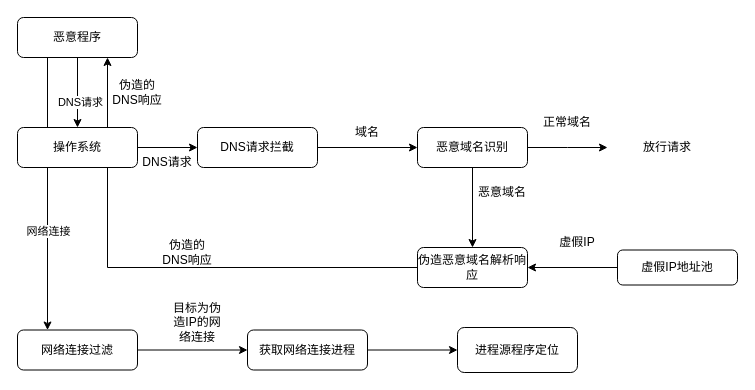
Earlier version of the draw.io diagram page "第 7 页" (7 of 10) of drawio/dns.drawio (raingnight/Blog_Pic). Source tidied: cells renumbered, new cells numbered last; positions are measured from the earlier drawing's top-left corner, leaving out a move shared by most shapes. Both pictures are drawn from the tidied source at 100%, with x=0, y=0 at pixel (17, 17).
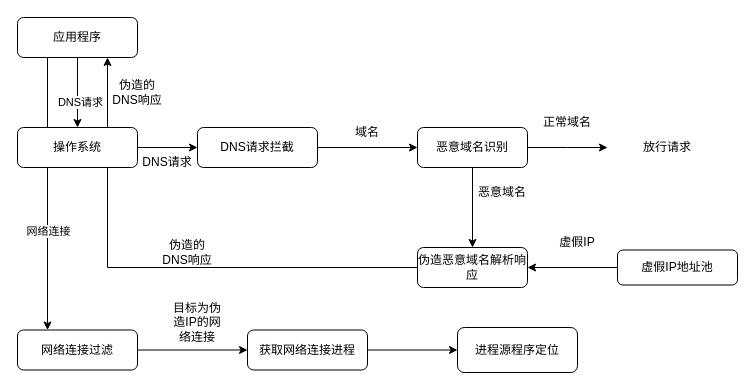
The same diagram, later.

Change to the diagram source:
```diff
@@
-    <mxCell id="29" value="恶意程序" style="rounded=1;whiteSpace=wrap;html=1;" parent="1" vertex="1">
+    <mxCell id="29" value="应用程序" style="rounded=1;whiteSpace=wrap;html=1;" parent="1" vertex="1">
       <mxGeometry width="120" height="40" as="geometry" />
     </mxCell>
```
